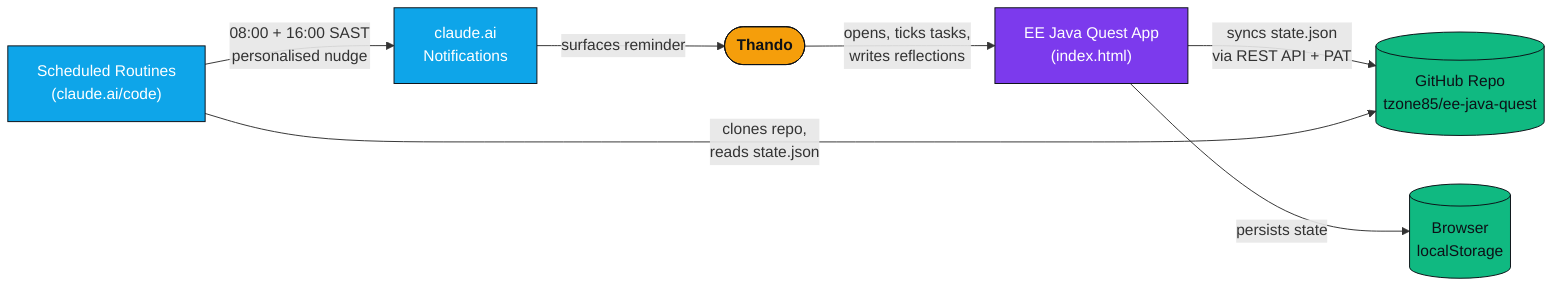
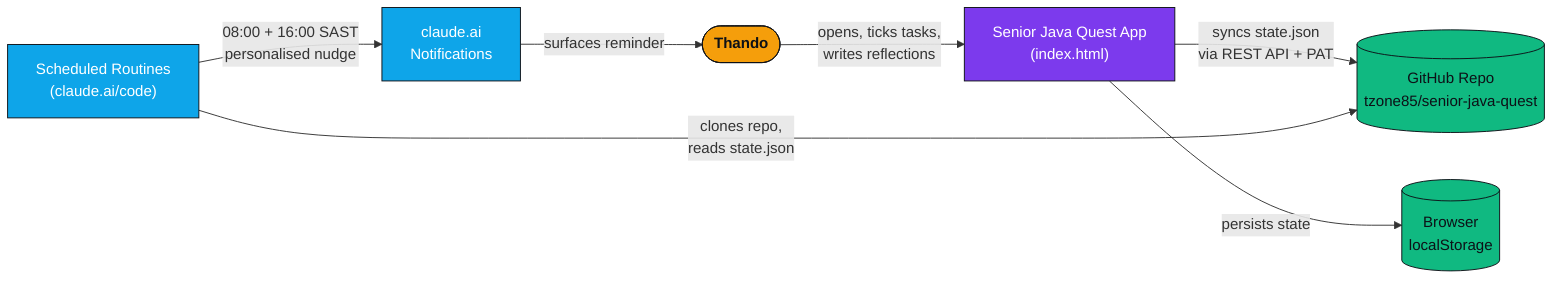
%%{init: {'theme':'default'}}%%
flowchart LR
    User([Thando])
-     App["EE Java Quest App<br/>(index.html)"]
+     App["Senior Java Quest App<br/>(index.html)"]
    LS[("Browser<br/>localStorage")]
-     GH[("GitHub Repo<br/>tzone85/ee-java-quest")]
+     GH[("GitHub Repo<br/>tzone85/senior-java-quest")]
    Cron["Scheduled Routines<br/>(claude.ai/code)"]
    Notif["claude.ai<br/>Notifications"]

    User -->|"opens, ticks tasks,<br/>writes reflections"| App
    App -->|"persists state"| LS
    App -->|"syncs state.json<br/>via REST API + PAT"| GH
    Cron -->|"clones repo,<br/>reads state.json"| GH
    Cron -->|"08:00 + 16:00 SAST<br/>personalised nudge"| Notif
    Notif -->|"surfaces reminder"| User

    classDef person fill:#F59E0B,stroke:#0D1117,color:#0D1117,font-weight:bold
    classDef system fill:#7C3AED,stroke:#0D1117,color:#FFFFFF
    classDef store fill:#10B981,stroke:#0D1117,color:#0D1117
    classDef ext fill:#0EA5E9,stroke:#0D1117,color:#FFFFFF
    class User person
    class App system
    class LS,GH store
    class Cron,Notif ext
